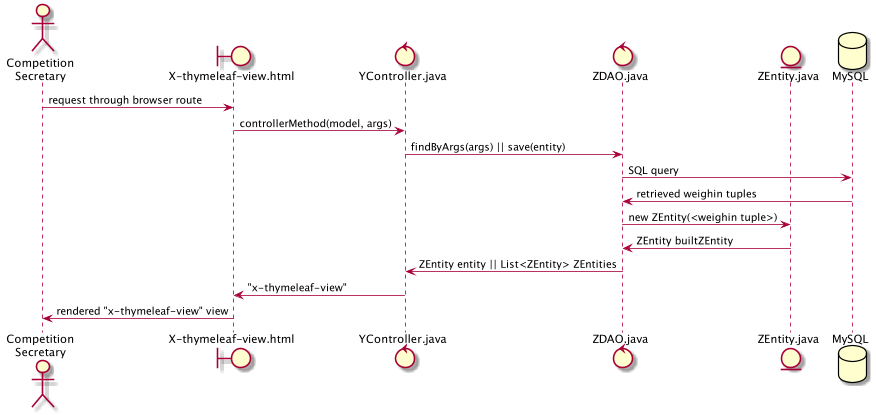
The PlantUML diagram documentation/images/design/competition-secretary-sequence.png in zuldare/mastercloud_pfm_halterocms, before a commit.
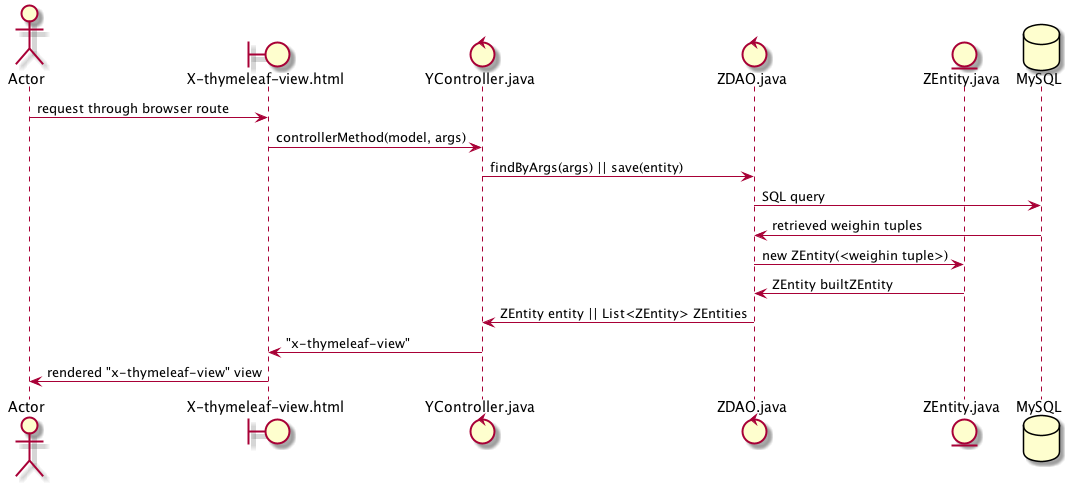
After the change.

Change to the diagram source:
```diff
@@ -1,6 +1,6 @@
 @startuml
 
-actor user as "Competition\nSecretary"
+actor user as "Actor"
 
 boundary CompetitionSecretaryPlayView as "X-thymeleaf-view.html"
 control CompetitionSecretaryPlayController as "YController.java"
```
